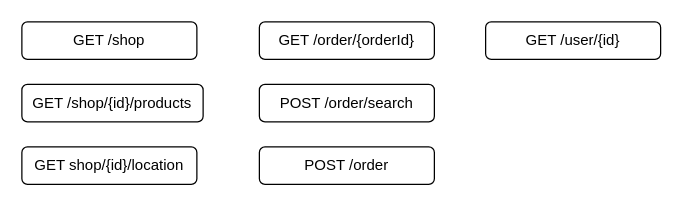
The draw.io diagram page "API" (2 of 2) of delivery-app-diagram.drawio in miraelno/delivery-app-back, before the edit. Source tidied: cells renumbered, new cells numbered last; positions are measured from the earlier drawing's top-left corner, leaving out a move shared by most shapes. Both pictures are drawn from the tidied source at 125%, with x=0, y=0 at pixel (21, 21).
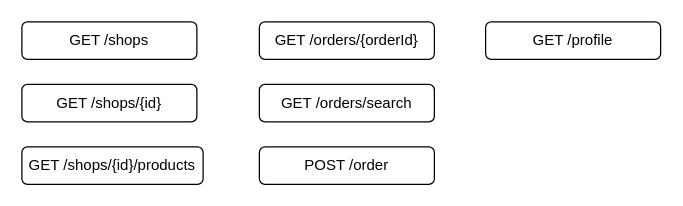
After the change.

What changed in the source:
```diff
@@
 <mxGraphModel>
   <root>
     <mxCell id="0" />
     <mxCell id="1" parent="0" />
-    <mxCell id="2" value="GET /shop" style="rounded=1;whiteSpace=wrap;html=1;" parent="1" vertex="1">
+    <mxCell id="2" value="GET /shops" style="rounded=1;whiteSpace=wrap;html=1;" parent="1" vertex="1">
       <mxGeometry width="140" height="30" as="geometry" />
     </mxCell>
-    <mxCell id="3" value="GET /shop/{id}/products" style="rounded=1;whiteSpace=wrap;html=1;" parent="1" vertex="1">
-      <mxGeometry y="50" width="145" height="30" as="geometry" />
+    <mxCell id="3" value="GET /shops/{id}/products" style="rounded=1;whiteSpace=wrap;html=1;" parent="1" vertex="1">
+      <mxGeometry y="100" width="145" height="30" as="geometry" />
     </mxCell>
-    <mxCell id="4" value="POST /order/search" style="rounded=1;whiteSpace=wrap;html=1;" parent="1" vertex="1">
+    <mxCell id="4" value="GET /orders/search" style="rounded=1;whiteSpace=wrap;html=1;" parent="1" vertex="1">
       <mxGeometry x="190" y="50" width="140" height="30" as="geometry" />
     </mxCell>
     <mxCell id="5" value="POST /order" style="rounded=1;whiteSpace=wrap;html=1;" parent="1" vertex="1">
       <mxGeometry x="190" y="100" width="140" height="30" as="geometry" />
     </mxCell>
-    <mxCell id="6" value="GET shop/{id}/location" style="rounded=1;whiteSpace=wrap;html=1;" parent="1" vertex="1">
-      <mxGeometry y="100" width="140" height="30" as="geometry" />
+    <mxCell id="6" value="GET /shops/{id}" style="rounded=1;whiteSpace=wrap;html=1;" parent="1" vertex="1">
+      <mxGeometry y="50" width="140" height="30" as="geometry" />
     </mxCell>
-    <mxCell id="7" value="GET /order/{orderId}" style="rounded=1;whiteSpace=wrap;html=1;" parent="1" vertex="1">
+    <mxCell id="7" value="GET /orders/{orderId}" style="rounded=1;whiteSpace=wrap;html=1;" parent="1" vertex="1">
       <mxGeometry x="190" width="140" height="30" as="geometry" />
     </mxCell>
-    <mxCell id="8" value="GET /user/{id}" style="rounded=1;whiteSpace=wrap;html=1;" parent="1" vertex="1">
+    <mxCell id="8" value="GET /profile" style="rounded=1;whiteSpace=wrap;html=1;" parent="1" vertex="1">
       <mxGeometry x="371" width="140" height="30" as="geometry" />
     </mxCell>
   </root>
 </mxGraphModel>
```
